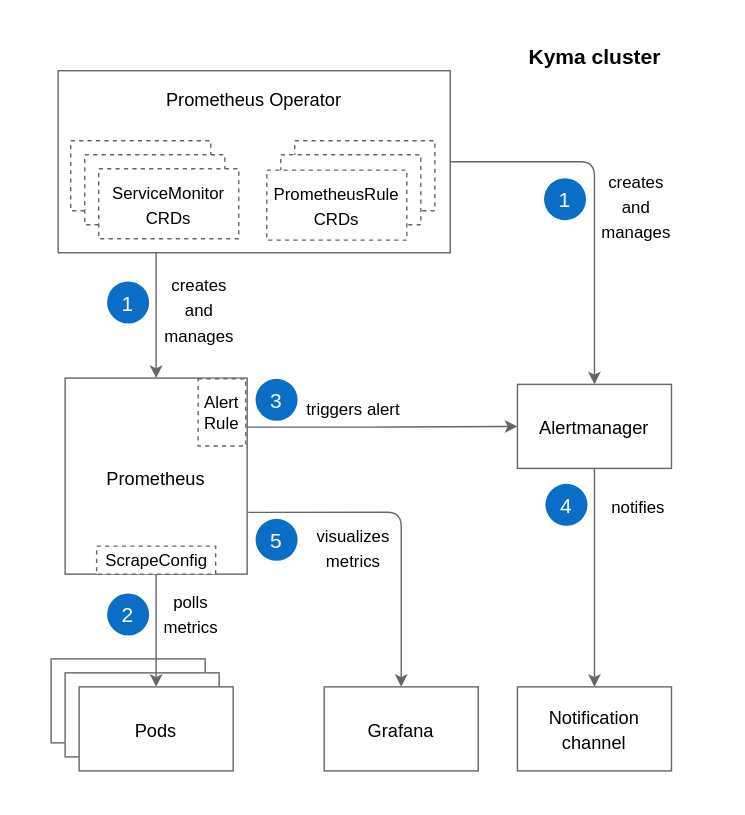
This is docs/05-technical-reference/03-architecture/assets/obsv-monitoring-flow.svg from kyma-project/kyma, a draw.io export, as it was before one commit. Source tidied: cells renumbered, new cells last; positions are measured from the earlier drawing's top-left corner, leaving out a move shared by most shapes.
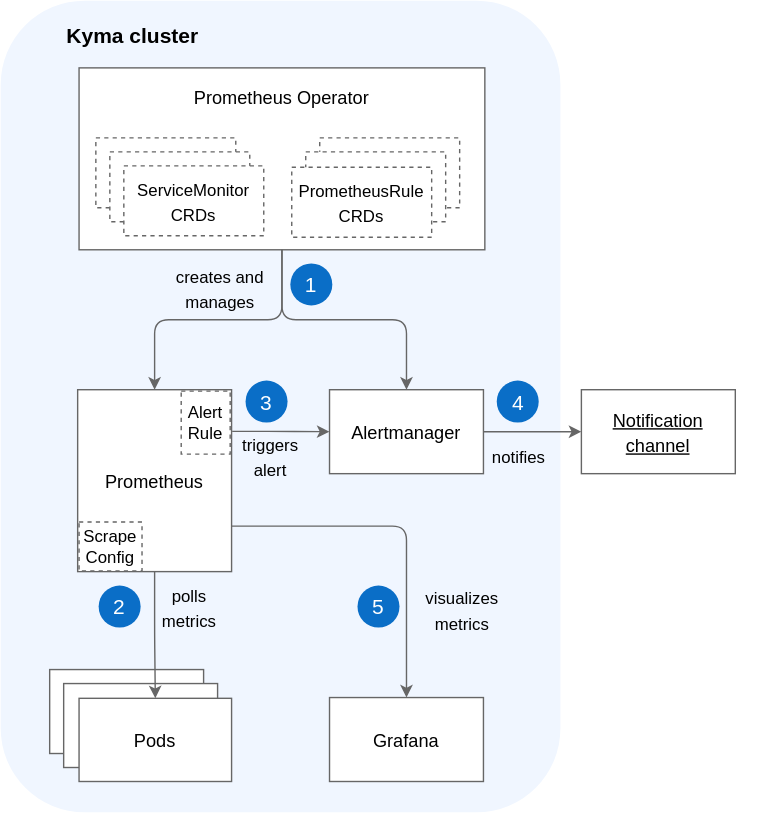
The same diagram one commit later.

Commit message:
add Kyma cluster shape to monitoring flow

Change to the diagram source:
```diff
@@ -3,114 +3,109 @@
     <mxCell id="0" />
     <mxCell id="1" parent="0" />
     <mxCell id="2" style="rounded=0;whiteSpace=wrap;html=1;strokeColor=none;" parent="1" vertex="1">
-      <mxGeometry width="530" height="580" as="geometry" />
+      <mxGeometry x="-10" y="-8" width="540" height="580" as="geometry" />
     </mxCell>
+    <mxCell id="38" style="rounded=1;whiteSpace=wrap;html=1;strokeColor=none;fillColor=#F0F6FF;" parent="1" vertex="1">
+      <mxGeometry x="-10" y="-8" width="400" height="580" as="geometry" />
+    </mxCell>
     <mxCell id="3" value="&lt;font style=&quot;font-size: 13px&quot;&gt;&lt;br&gt;&lt;/font&gt;" style="rounded=0;whiteSpace=wrap;html=1;labelBackgroundColor=none;strokeWidth=1;fillColor=#FFFFFF;gradientColor=none;fontFamily=Helvetica;fontSize=15;fontColor=#000000;strokeColor=#666666;" parent="1" vertex="1">
-      <mxGeometry x="36" y="470" width="110" height="60" as="geometry" />
+      <mxGeometry x="25" y="470" width="110" height="60" as="geometry" />
     </mxCell>
     <mxCell id="4" value="&lt;font style=&quot;font-size: 13px&quot;&gt;&lt;br&gt;&lt;/font&gt;" style="rounded=0;whiteSpace=wrap;html=1;labelBackgroundColor=none;strokeWidth=1;fillColor=#FFFFFF;gradientColor=none;fontFamily=Helvetica;fontSize=15;fontColor=#000000;strokeColor=#666666;" parent="1" vertex="1">
-      <mxGeometry x="46" y="480" width="110" height="60" as="geometry" />
+      <mxGeometry x="35" y="480" width="110" height="60" as="geometry" />
     </mxCell>
     <mxCell id="5" value="&lt;font style=&quot;font-size: 13px&quot;&gt;Pods&lt;br&gt;&lt;/font&gt;" style="rounded=0;whiteSpace=wrap;html=1;labelBackgroundColor=none;strokeWidth=1;fillColor=#FFFFFF;gradientColor=none;fontFamily=Helvetica;fontSize=15;fontColor=#000000;strokeColor=#666666;" parent="1" vertex="1">
-      <mxGeometry x="56" y="490" width="110" height="60" as="geometry" />
+      <mxGeometry x="46" y="490.5" width="109" height="59.5" as="geometry" />
     </mxCell>
     <mxCell id="6" value="&lt;font style=&quot;font-size: 13px&quot;&gt;Prometheus&lt;br&gt;&lt;/font&gt;" style="rounded=0;whiteSpace=wrap;html=1;labelBackgroundColor=none;strokeWidth=1;fillColor=#FFFFFF;gradientColor=none;fontFamily=Helvetica;fontSize=15;fontColor=#000000;strokeColor=#666666;" parent="1" vertex="1">
-      <mxGeometry x="46" y="269.5" width="130" height="140" as="geometry" />
+      <mxGeometry x="45" y="270" width="110" height="130" as="geometry" />
     </mxCell>
     <mxCell id="7" value="&lt;font style=&quot;font-size: 13px&quot;&gt;Grafana&lt;/font&gt;" style="rounded=0;whiteSpace=wrap;html=1;labelBackgroundColor=none;strokeWidth=1;fillColor=#FFFFFF;gradientColor=none;fontFamily=Helvetica;fontSize=15;fontColor=#000000;strokeColor=#666666;" parent="1" vertex="1">
-      <mxGeometry x="231" y="490" width="110" height="60" as="geometry" />
+      <mxGeometry x="225" y="490" width="110" height="60" as="geometry" />
     </mxCell>
     <mxCell id="8" value="&lt;font style=&quot;font-size: 13px&quot;&gt;Alertmanager&lt;/font&gt;" style="rounded=0;whiteSpace=wrap;html=1;labelBackgroundColor=none;strokeWidth=1;fillColor=#FFFFFF;gradientColor=none;fontFamily=Helvetica;fontSize=15;fontColor=#000000;strokeColor=#666666;" parent="1" vertex="1">
-      <mxGeometry x="369" y="274" width="110" height="60" as="geometry" />
+      <mxGeometry x="225" y="270" width="110" height="60" as="geometry" />
     </mxCell>
     <mxCell id="9" value="&lt;span style=&quot;font-size: 13px&quot;&gt;Prometheus Operator&lt;br&gt;&lt;br&gt;&lt;br&gt;&lt;br&gt;&lt;br&gt;&lt;br&gt;&lt;/span&gt;" style="rounded=0;whiteSpace=wrap;html=1;labelBackgroundColor=none;strokeWidth=1;fillColor=#FFFFFF;gradientColor=none;fontFamily=Helvetica;fontSize=15;fontColor=#000000;strokeColor=#666666;" parent="1" vertex="1">
-      <mxGeometry x="41" y="50" width="280" height="130" as="geometry" />
+      <mxGeometry x="46" y="40" width="290" height="130" as="geometry" />
     </mxCell>
-    <mxCell id="10" value="&lt;font style=&quot;font-size: 13px&quot;&gt;Notification channel&lt;/font&gt;" style="rounded=0;whiteSpace=wrap;html=1;labelBackgroundColor=none;strokeWidth=1;fillColor=#FFFFFF;gradientColor=none;fontFamily=Helvetica;fontSize=15;fontColor=#000000;strokeColor=#666666;" parent="1" vertex="1">
-      <mxGeometry x="369" y="490" width="110" height="60" as="geometry" />
+    <mxCell id="10" value="&lt;font style=&quot;font-size: 13px&quot;&gt;Notification channel&lt;/font&gt;" style="rounded=0;whiteSpace=wrap;html=1;labelBackgroundColor=none;strokeWidth=1;fillColor=#FFFFFF;gradientColor=none;fontFamily=Helvetica;fontSize=15;fontColor=#000000;strokeColor=#666666;fontStyle=4;" parent="1" vertex="1">
+      <mxGeometry x="405" y="270" width="110" height="60" as="geometry" />
     </mxCell>
     <mxCell id="11" value="&lt;font style=&quot;font-size: 12px&quot;&gt;polls&lt;br&gt;metrics&lt;/font&gt;" style="text;html=1;strokeColor=none;fillColor=none;align=center;verticalAlign=middle;whiteSpace=wrap;rounded=0;fontSize=15;" parent="1" vertex="1">
-      <mxGeometry x="116" y="429" width="40" height="15.2" as="geometry" />
+      <mxGeometry x="105" y="417.4" width="40" height="15.2" as="geometry" />
     </mxCell>
-    <mxCell id="12" value="&lt;font style=&quot;font-size: 12px&quot;&gt;creates&lt;br&gt;and &lt;br&gt;manages&lt;/font&gt;" style="text;html=1;strokeColor=none;fillColor=none;align=center;verticalAlign=middle;whiteSpace=wrap;rounded=0;fontSize=15;" parent="1" vertex="1">
-      <mxGeometry x="117" y="190" width="50" height="59.5" as="geometry" />
+    <mxCell id="12" value="&lt;font style=&quot;font-size: 12px&quot;&gt;creates and &lt;br&gt;manages&lt;/font&gt;" style="text;html=1;strokeColor=none;fillColor=none;align=center;verticalAlign=middle;whiteSpace=wrap;rounded=0;fontSize=15;" parent="1" vertex="1">
+      <mxGeometry x="97" y="179.8" width="100" height="35" as="geometry" />
     </mxCell>
     <mxCell id="13" value="&lt;font style=&quot;font-size: 12px&quot;&gt;visualizes&lt;br&gt;metrics&lt;/font&gt;" style="text;html=1;strokeColor=none;fillColor=none;align=center;verticalAlign=middle;whiteSpace=wrap;rounded=0;fontSize=15;" parent="1" vertex="1">
-      <mxGeometry x="202" y="380" width="100" height="20" as="geometry" />
+      <mxGeometry x="270" y="417.4" width="100" height="20" as="geometry" />
     </mxCell>
-    <mxCell id="14" value="&lt;font style=&quot;font-size: 12px&quot;&gt;triggers alert&lt;/font&gt;" style="text;html=1;strokeColor=none;fillColor=none;align=center;verticalAlign=middle;whiteSpace=wrap;rounded=0;fontSize=15;" parent="1" vertex="1">
-      <mxGeometry x="215" y="280" width="74" height="20" as="geometry" />
+    <mxCell id="14" value="&lt;font style=&quot;font-size: 12px&quot;&gt;triggers &lt;br&gt;alert&lt;/font&gt;" style="text;html=1;strokeColor=none;fillColor=none;align=center;verticalAlign=middle;whiteSpace=wrap;rounded=0;fontSize=15;" parent="1" vertex="1">
+      <mxGeometry x="146" y="306.5" width="74" height="20" as="geometry" />
     </mxCell>
     <mxCell id="15" value="&lt;font style=&quot;font-size: 12px&quot;&gt;notifies&lt;/font&gt;" style="text;html=1;strokeColor=none;fillColor=none;align=center;verticalAlign=middle;whiteSpace=wrap;rounded=0;fontSize=15;" parent="1" vertex="1">
-      <mxGeometry x="419" y="350" width="73" height="20" as="geometry" />
+      <mxGeometry x="324" y="306.5" width="73" height="20" as="geometry" />
     </mxCell>
     <mxCell id="16" value="&lt;font color=&quot;#ffffff&quot;&gt;1&lt;/font&gt;" style="ellipse;whiteSpace=wrap;html=1;labelBackgroundColor=none;strokeColor=none;strokeWidth=1;gradientColor=none;fontFamily=Helvetica;fontSize=15;fontColor=#000000;fillColor=#0A6EC7;" parent="1" vertex="1">
-      <mxGeometry x="76" y="200.5" width="30" height="30" as="geometry" />
+      <mxGeometry x="197" y="179.8" width="30" height="30" as="geometry" />
     </mxCell>
     <mxCell id="17" style="rounded=0;whiteSpace=wrap;html=1;labelBackgroundColor=none;strokeWidth=1;fillColor=#FFFFFF;gradientColor=none;fontFamily=Helvetica;fontSize=15;fontColor=#000000;dashed=1;strokeColor=#666666;" parent="1" vertex="1">
-      <mxGeometry x="50" y="100" width="100" height="50" as="geometry" />
+      <mxGeometry x="58" y="90" width="100" height="50" as="geometry" />
     </mxCell>
     <mxCell id="18" style="rounded=0;whiteSpace=wrap;html=1;labelBackgroundColor=none;strokeWidth=1;fillColor=#FFFFFF;gradientColor=none;fontFamily=Helvetica;fontSize=15;fontColor=#000000;dashed=1;strokeColor=#666666;" parent="1" vertex="1">
-      <mxGeometry x="60" y="110" width="100" height="50" as="geometry" />
+      <mxGeometry x="68" y="100" width="100" height="50" as="geometry" />
     </mxCell>
     <mxCell id="19" value="&lt;font style=&quot;font-size: 12px&quot;&gt;ServiceMonitor CRDs&lt;/font&gt;" style="rounded=0;whiteSpace=wrap;html=1;labelBackgroundColor=none;strokeWidth=1;fillColor=#FFFFFF;gradientColor=none;fontFamily=Helvetica;fontSize=15;fontColor=#000000;dashed=1;strokeColor=#666666;" parent="1" vertex="1">
-      <mxGeometry x="70" y="120" width="100" height="50" as="geometry" />
+      <mxGeometry x="78" y="110" width="100" height="50" as="geometry" />
     </mxCell>
     <mxCell id="20" style="rounded=0;whiteSpace=wrap;html=1;labelBackgroundColor=none;strokeWidth=1;fillColor=#FFFFFF;gradientColor=none;fontFamily=Helvetica;fontSize=15;fontColor=#000000;dashed=1;strokeColor=#666666;" parent="1" vertex="1">
-      <mxGeometry x="210" y="100" width="100" height="50" as="geometry" />
+      <mxGeometry x="218" y="90" width="100" height="50" as="geometry" />
     </mxCell>
     <mxCell id="21" style="rounded=0;whiteSpace=wrap;html=1;labelBackgroundColor=none;strokeWidth=1;fillColor=#FFFFFF;gradientColor=none;fontFamily=Helvetica;fontSize=15;fontColor=#000000;dashed=1;strokeColor=#666666;" parent="1" vertex="1">
-      <mxGeometry x="200" y="110" width="100" height="50" as="geometry" />
+      <mxGeometry x="208" y="100" width="100" height="50" as="geometry" />
     </mxCell>
     <mxCell id="22" value="&lt;span style=&quot;white-space: normal&quot;&gt;&lt;font style=&quot;font-size: 12px&quot;&gt;PrometheusRule CRDs&lt;/font&gt;&lt;/span&gt;" style="rounded=0;whiteSpace=wrap;html=1;labelBackgroundColor=none;strokeWidth=1;fillColor=#FFFFFF;gradientColor=none;fontFamily=Helvetica;fontSize=15;fontColor=#000000;dashed=1;strokeColor=#666666;" parent="1" vertex="1">
-      <mxGeometry x="190" y="121" width="100" height="50" as="geometry" />
+      <mxGeometry x="198" y="111" width="100" height="50" as="geometry" />
     </mxCell>
     <mxCell id="23" value="&lt;font style=&quot;font-size: 15px&quot;&gt;&lt;b&gt;Kyma cluster&lt;/b&gt;&lt;/font&gt;" style="text;html=1;align=center;verticalAlign=middle;" parent="1" vertex="1">
-      <mxGeometry x="369" y="30" width="110" height="20" as="geometry" />
+      <mxGeometry x="29" y="7" width="110" height="20" as="geometry" />
     </mxCell>
     <mxCell id="24" value="Alert Rule" style="rounded=0;whiteSpace=wrap;html=1;strokeColor=#666666;dashed=1;" parent="1" vertex="1">
-      <mxGeometry x="141" y="270" width="34" height="48" as="geometry" />
+      <mxGeometry x="119" y="271" width="35" height="45" as="geometry" />
     </mxCell>
-    <mxCell id="25" value="ScrapeConfig" style="rounded=0;whiteSpace=wrap;html=1;strokeColor=#666666;dashed=1;" parent="1" vertex="1">
-      <mxGeometry x="68.5" y="389.5" width="85" height="20" as="geometry" />
+    <mxCell id="25" value="Scrape&lt;br&gt;Config" style="rounded=0;whiteSpace=wrap;html=1;strokeColor=#666666;dashed=1;" parent="1" vertex="1">
+      <mxGeometry x="46" y="364.5" width="45" height="35" as="geometry" />
     </mxCell>
     <mxCell id="26" value="&lt;font color=&quot;#ffffff&quot;&gt;2&lt;/font&gt;" style="ellipse;whiteSpace=wrap;html=1;labelBackgroundColor=none;strokeColor=none;strokeWidth=1;gradientColor=none;fontFamily=Helvetica;fontSize=15;fontColor=#000000;fillColor=#0A6EC7;" parent="1" vertex="1">
-      <mxGeometry x="76" y="423.3" width="30" height="30" as="geometry" />
+      <mxGeometry x="60" y="410" width="30" height="30" as="geometry" />
     </mxCell>
-    <mxCell id="27" style="edgeStyle=orthogonalEdgeStyle;rounded=1;jettySize=auto;html=1;strokeColor=#666666;entryX=0.5;entryY=0;entryDx=0;entryDy=0;exitX=1;exitY=0.5;exitDx=0;exitDy=0;" parent="1" edge="1" source="9" target="8">
+    <mxCell id="27" style="edgeStyle=orthogonalEdgeStyle;rounded=1;jettySize=auto;html=1;strokeColor=#666666;entryX=0.5;entryY=0;entryDx=0;entryDy=0;exitX=0.5;exitY=1;exitDx=0;exitDy=0;" parent="1" edge="1" source="9" target="8">
       <mxGeometry relative="1" as="geometry" />
     </mxCell>
-    <mxCell id="28" style="edgeStyle=orthogonalEdgeStyle;rounded=1;jettySize=auto;html=1;strokeColor=#666666;entryX=0.5;entryY=0;entryDx=0;entryDy=0;exitX=0.25;exitY=1;exitDx=0;exitDy=0;" parent="1" edge="1" source="9" target="6">
+    <mxCell id="28" style="edgeStyle=orthogonalEdgeStyle;rounded=1;jettySize=auto;html=1;strokeColor=#666666;entryX=0.5;entryY=0;entryDx=0;entryDy=0;exitX=0.5;exitY=1;exitDx=0;exitDy=0;" parent="1" edge="1" source="9" target="6">
       <mxGeometry relative="1" as="geometry" />
     </mxCell>
     <mxCell id="29" style="edgeStyle=orthogonalEdgeStyle;rounded=1;jettySize=auto;html=1;strokeColor=#666666;exitX=0.5;exitY=1;exitDx=0;exitDy=0;" parent="1" edge="1" source="6" target="5">
       <mxGeometry relative="1" as="geometry" />
     </mxCell>
-    <mxCell id="30" style="edgeStyle=orthogonalEdgeStyle;rounded=1;jettySize=auto;html=1;strokeColor=#666666;entryX=0.5;entryY=0;entryDx=0;entryDy=0;exitX=1.006;exitY=0.685;exitDx=0;exitDy=0;exitPerimeter=0;" parent="1" edge="1" source="6" target="7">
+    <mxCell id="30" style="edgeStyle=orthogonalEdgeStyle;rounded=1;jettySize=auto;html=1;strokeColor=#666666;entryX=0.5;entryY=0;entryDx=0;entryDy=0;exitX=1;exitY=0.75;exitDx=0;exitDy=0;" parent="1" edge="1" source="6" target="7">
       <mxGeometry relative="1" as="geometry" />
     </mxCell>
     <mxCell id="31" value="&lt;font color=&quot;#ffffff&quot;&gt;3&lt;br&gt;&lt;/font&gt;" style="ellipse;whiteSpace=wrap;html=1;labelBackgroundColor=none;strokeColor=none;strokeWidth=1;gradientColor=none;fontFamily=Helvetica;fontSize=15;fontColor=#000000;fillColor=#0A6EC7;" parent="1" vertex="1">
-      <mxGeometry x="182" y="270" width="30" height="30" as="geometry" />
+      <mxGeometry x="165" y="263.5" width="30" height="30" as="geometry" />
     </mxCell>
     <mxCell id="32" value="&lt;font color=&quot;#ffffff&quot;&gt;5&lt;/font&gt;" style="ellipse;whiteSpace=wrap;html=1;labelBackgroundColor=none;strokeColor=none;strokeWidth=1;gradientColor=none;fontFamily=Helvetica;fontSize=15;fontColor=#000000;fillColor=#0A6EC7;" parent="1" vertex="1">
-      <mxGeometry x="182" y="370" width="30" height="30" as="geometry" />
+      <mxGeometry x="245" y="410" width="30" height="30" as="geometry" />
     </mxCell>
     <mxCell id="33" value="&lt;font color=&quot;#ffffff&quot;&gt;4&lt;/font&gt;" style="ellipse;whiteSpace=wrap;html=1;labelBackgroundColor=none;strokeColor=none;strokeWidth=1;gradientColor=none;fontFamily=Helvetica;fontSize=15;fontColor=#000000;fillColor=#0A6EC7;" parent="1" vertex="1">
-      <mxGeometry x="389" y="345" width="30" height="30" as="geometry" />
+      <mxGeometry x="344.5" y="263.5" width="30" height="30" as="geometry" />
     </mxCell>
-    <mxCell id="34" style="edgeStyle=orthogonalEdgeStyle;rounded=1;jettySize=auto;html=1;strokeColor=#666666;entryX=0;entryY=0.5;entryDx=0;entryDy=0;exitX=1;exitY=0.25;exitDx=0;exitDy=0;" parent="1" edge="1" source="6" target="8">
+    <mxCell id="34" style="edgeStyle=orthogonalEdgeStyle;rounded=1;jettySize=auto;html=1;strokeColor=#666666;entryX=0;entryY=0.5;entryDx=0;entryDy=0;exitX=1.004;exitY=0.229;exitDx=0;exitDy=0;exitPerimeter=0;" parent="1" edge="1" source="6" target="8">
       <mxGeometry relative="1" as="geometry" />
     </mxCell>
-    <mxCell id="35" style="edgeStyle=orthogonalEdgeStyle;rounded=1;jettySize=auto;html=1;strokeColor=#666666;exitX=0.5;exitY=1;exitDx=0;exitDy=0;" parent="1" edge="1" source="8">
-      <mxGeometry relative="1" as="geometry">
-        <mxPoint x="424" y="490" as="targetPoint" />
-      </mxGeometry>
+    <mxCell id="35" style="edgeStyle=orthogonalEdgeStyle;rounded=1;jettySize=auto;html=1;strokeColor=#666666;exitX=1;exitY=0.5;exitDx=0;exitDy=0;entryX=0;entryY=0.5;entryDx=0;entryDy=0;" parent="1" edge="1" source="8" target="10">
+      <mxGeometry relative="1" as="geometry" />
     </mxCell>
-    <mxCell id="36" value="&lt;font style=&quot;font-size: 12px&quot;&gt;creates&lt;br&gt;and &lt;br&gt;manages&lt;/font&gt;" style="text;html=1;strokeColor=none;fillColor=none;align=center;verticalAlign=middle;whiteSpace=wrap;rounded=0;fontSize=15;" parent="1" vertex="1">
-      <mxGeometry x="429" y="116.2" width="50" height="59.5" as="geometry" />
-    </mxCell>
-    <mxCell id="37" value="&lt;font color=&quot;#ffffff&quot;&gt;1&lt;/font&gt;" style="ellipse;whiteSpace=wrap;html=1;labelBackgroundColor=none;strokeColor=none;strokeWidth=1;gradientColor=none;fontFamily=Helvetica;fontSize=15;fontColor=#000000;fillColor=#0A6EC7;" parent="1" vertex="1">
-      <mxGeometry x="388" y="126.8" width="30" height="30" as="geometry" />
-    </mxCell>
   </root>
 </mxGraphModel>
```
